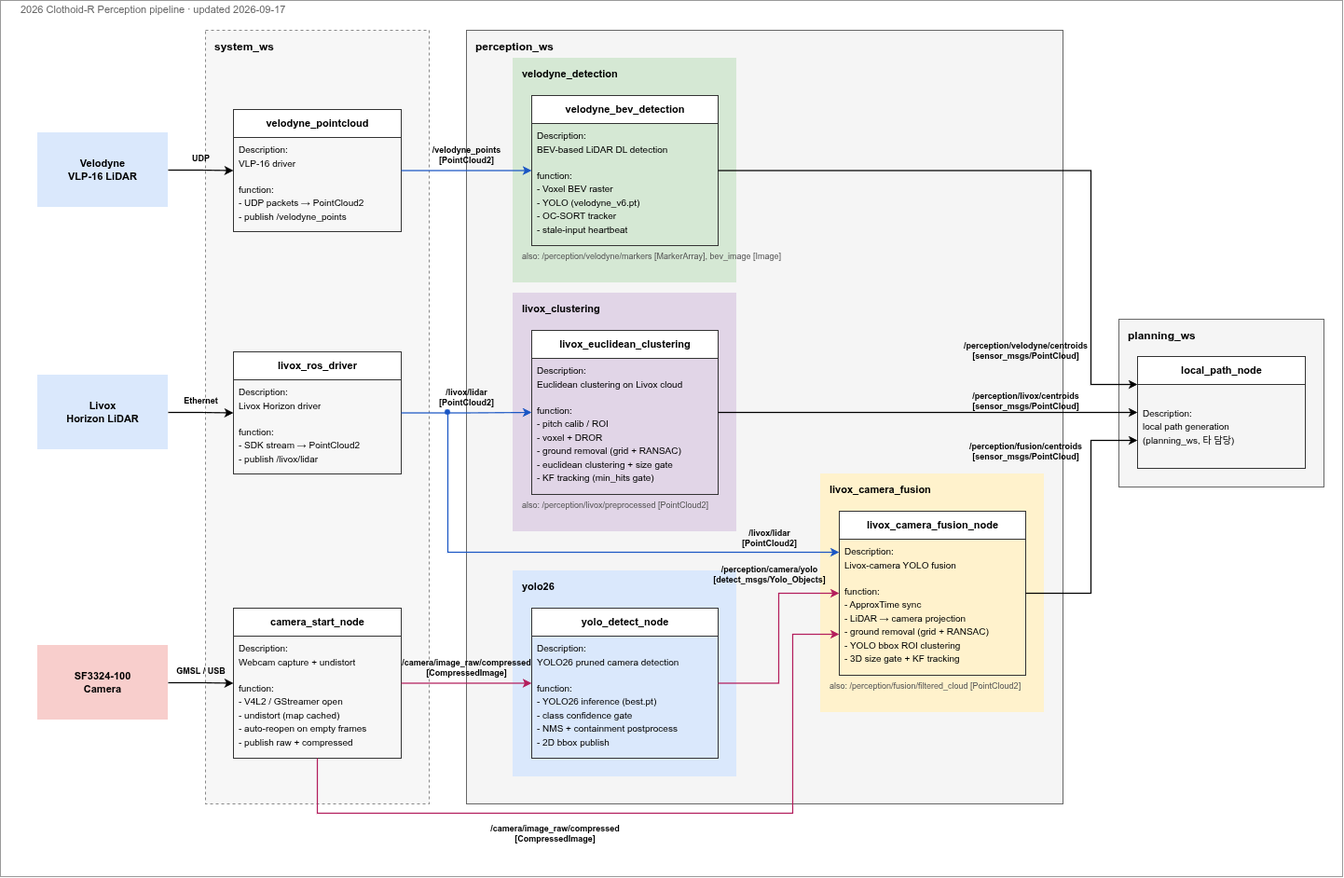
This is 2026_pipeline.png from JaGyeong1024/2026-Clothoid-R-Perception, a draw.io export, as it was before one commit. Source tidied: cells renumbered, new cells last; positions are measured from the earlier drawing's top-left corner, leaving out a move shared by most shapes.
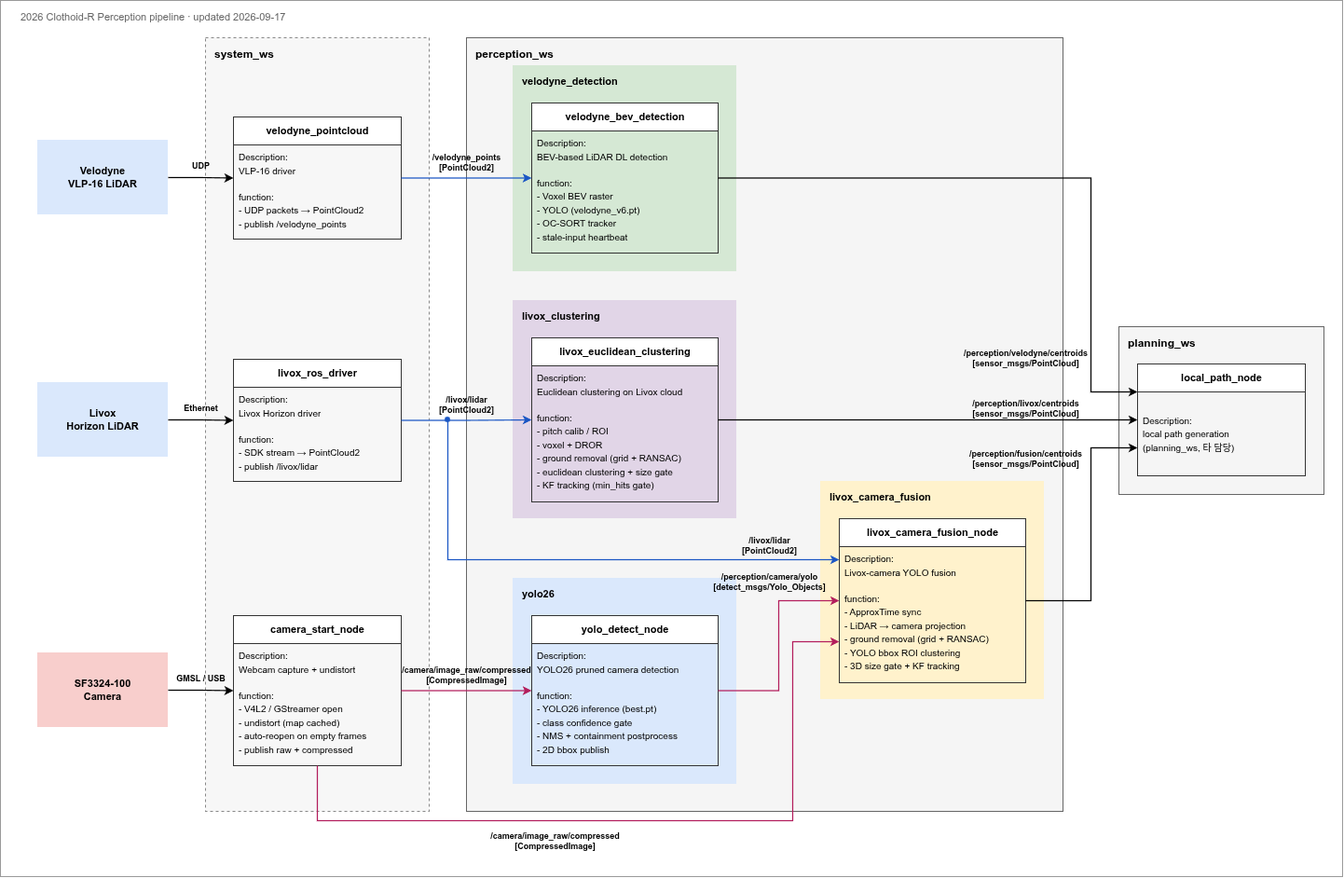
The same file after the commit.

Commit message:
Update pipeline diagram: drop secondary-topic notes

Diff of the diagram source:
```diff
@@ -3,7 +3,7 @@
     <mxCell id="0" />
     <mxCell id="1" parent="0" />
     <mxCell id="2" style="rounded=0;whiteSpace=wrap;html=1;fillColor=#ffffff;strokeColor=#999999;" parent="1" vertex="1">
-      <mxGeometry width="1440" height="940" as="geometry" />
+      <mxGeometry y="-8" width="1440" height="940" as="geometry" />
     </mxCell>
     <mxCell id="3" value="2026 Clothoid-R Perception pipeline  ·  updated 2026-09-17" style="text;html=1;align=left;verticalAlign=middle;fontSize=11;fontColor=#666666;strokeColor=none;fillColor=none;" parent="1" vertex="1">
       <mxGeometry x="20" width="500" height="20" as="geometry" />
@@ -54,7 +54,7 @@
       <mxGeometry y="70" width="180" height="91" as="geometry" />
     </mxCell>
     <mxCell id="19" value="velodyne_detection" style="rounded=0;whiteSpace=wrap;html=1;fillColor=#d5e8d4;strokeColor=none;verticalAlign=top;align=left;spacingLeft=8;spacingTop=4;fontStyle=1;fontSize=11;" parent="1" vertex="1">
-      <mxGeometry x="550" y="62" width="240" height="241" as="geometry" />
+      <mxGeometry x="550" y="62" width="240" height="221" as="geometry" />
     </mxCell>
     <mxCell id="20" value="&lt;b style=&quot;font-size: 11px;&quot;&gt;velodyne_bev_detection&lt;/b&gt;" style="swimlane;fontStyle=0;horizontal=1;startSize=30;html=1;fillColor=#ffffff;strokeColor=#333333;" parent="1" vertex="1">
       <mxGeometry x="570" y="102" width="200" height="161" as="geometry" />
@@ -65,11 +65,8 @@
     <mxCell id="22" value="&lt;font style=&quot;font-size: 10px;&quot;&gt;function:&lt;br&gt;- Voxel BEV raster&lt;br&gt;- YOLO (velodyne_v6.pt)&lt;br&gt;- OC-SORT tracker&lt;br&gt;- stale-input heartbeat&lt;/font&gt;" style="text;align=left;verticalAlign=top;spacingLeft=4;spacingRight=4;spacingTop=2;overflow=hidden;html=1;strokeColor=none;fillColor=none;" parent="20" vertex="1">
       <mxGeometry y="70" width="200" height="91" as="geometry" />
     </mxCell>
-    <mxCell id="23" value="also: /perception/velodyne/markers [MarkerArray], bev_image [Image]" style="text;html=1;align=left;verticalAlign=middle;fontSize=9;fontColor=#555555;strokeColor=none;fillColor=none;spacingLeft=8;" parent="1" vertex="1">
-      <mxGeometry x="550" y="267" width="240" height="16" as="geometry" />
-    </mxCell>
     <mxCell id="24" value="livox_clustering" style="rounded=0;whiteSpace=wrap;html=1;fillColor=#e1d5e7;strokeColor=none;verticalAlign=top;align=left;spacingLeft=8;spacingTop=4;fontStyle=1;fontSize=11;" parent="1" vertex="1">
-      <mxGeometry x="550" y="314" width="240" height="256" as="geometry" />
+      <mxGeometry x="550" y="314" width="240" height="234" as="geometry" />
     </mxCell>
     <mxCell id="25" value="&lt;b style=&quot;font-size: 11px;&quot;&gt;livox_euclidean_clustering&lt;/b&gt;" style="swimlane;fontStyle=0;horizontal=1;startSize=30;html=1;fillColor=#ffffff;strokeColor=#333333;" parent="1" vertex="1">
       <mxGeometry x="570" y="354" width="200" height="176" as="geometry" />
@@ -80,9 +77,6 @@
     <mxCell id="27" value="&lt;font style=&quot;font-size: 10px;&quot;&gt;function:&lt;br&gt;- pitch calib / ROI&lt;br&gt;- voxel + DROR&lt;br&gt;- ground removal (grid + RANSAC)&lt;br&gt;- euclidean clustering + size gate&lt;br&gt;- KF tracking (min_hits gate)&lt;/font&gt;" style="text;align=left;verticalAlign=top;spacingLeft=4;spacingRight=4;spacingTop=2;overflow=hidden;html=1;strokeColor=none;fillColor=none;" parent="25" vertex="1">
       <mxGeometry y="70" width="200" height="106" as="geometry" />
     </mxCell>
-    <mxCell id="28" value="also: /perception/livox/preprocessed [PointCloud2]" style="text;html=1;align=left;verticalAlign=middle;fontSize=9;fontColor=#555555;strokeColor=none;fillColor=none;spacingLeft=8;" parent="1" vertex="1">
-      <mxGeometry x="550" y="534" width="240" height="16" as="geometry" />
-    </mxCell>
     <mxCell id="29" value="yolo26" style="rounded=0;whiteSpace=wrap;html=1;fillColor=#dae8fc;strokeColor=none;verticalAlign=top;align=left;spacingLeft=8;spacingTop=4;fontStyle=1;fontSize=11;" parent="1" vertex="1">
       <mxGeometry x="550" y="612" width="240" height="221" as="geometry" />
     </mxCell>
@@ -96,7 +90,7 @@
       <mxGeometry y="70" width="200" height="91" as="geometry" />
     </mxCell>
     <mxCell id="33" value="livox_camera_fusion" style="rounded=0;whiteSpace=wrap;html=1;fillColor=#fff2cc;strokeColor=none;verticalAlign=top;align=left;spacingLeft=8;spacingTop=4;fontStyle=1;fontSize=11;" parent="1" vertex="1">
-      <mxGeometry x="880" y="508" width="240" height="256" as="geometry" />
+      <mxGeometry x="880" y="508" width="240" height="234" as="geometry" />
     </mxCell>
     <mxCell id="34" value="&lt;b style=&quot;font-size: 11px;&quot;&gt;livox_camera_fusion_node&lt;/b&gt;" style="swimlane;fontStyle=0;horizontal=1;startSize=30;html=1;fillColor=#ffffff;strokeColor=#333333;" parent="1" vertex="1">
       <mxGeometry x="900" y="548" width="200" height="176" as="geometry" />
@@ -107,9 +101,6 @@
     <mxCell id="36" value="&lt;font style=&quot;font-size: 10px;&quot;&gt;function:&lt;br&gt;- ApproxTime sync&lt;br&gt;- LiDAR → camera projection&lt;br&gt;- ground removal (grid + RANSAC)&lt;br&gt;- YOLO bbox ROI clustering&lt;br&gt;- 3D size gate + KF tracking&lt;/font&gt;" style="text;align=left;verticalAlign=top;spacingLeft=4;spacingRight=4;spacingTop=2;overflow=hidden;html=1;strokeColor=none;fillColor=none;" parent="34" vertex="1">
       <mxGeometry y="70" width="200" height="106" as="geometry" />
     </mxCell>
-    <mxCell id="37" value="also: /perception/fusion/filtered_cloud [PointCloud2]" style="text;html=1;align=left;verticalAlign=middle;fontSize=9;fontColor=#555555;strokeColor=none;fillColor=none;spacingLeft=8;" parent="1" vertex="1">
-      <mxGeometry x="880" y="728" width="240" height="16" as="geometry" />
-    </mxCell>
     <mxCell id="38" value="&lt;b style=&quot;font-size: 11px;&quot;&gt;local_path_node&lt;/b&gt;" style="swimlane;fontStyle=0;horizontal=1;startSize=30;html=1;fillColor=#ffffff;strokeColor=#333333;" parent="1" vertex="1">
       <mxGeometry x="1220" y="382" width="180" height="120" as="geometry" />
     </mxCell>
```
